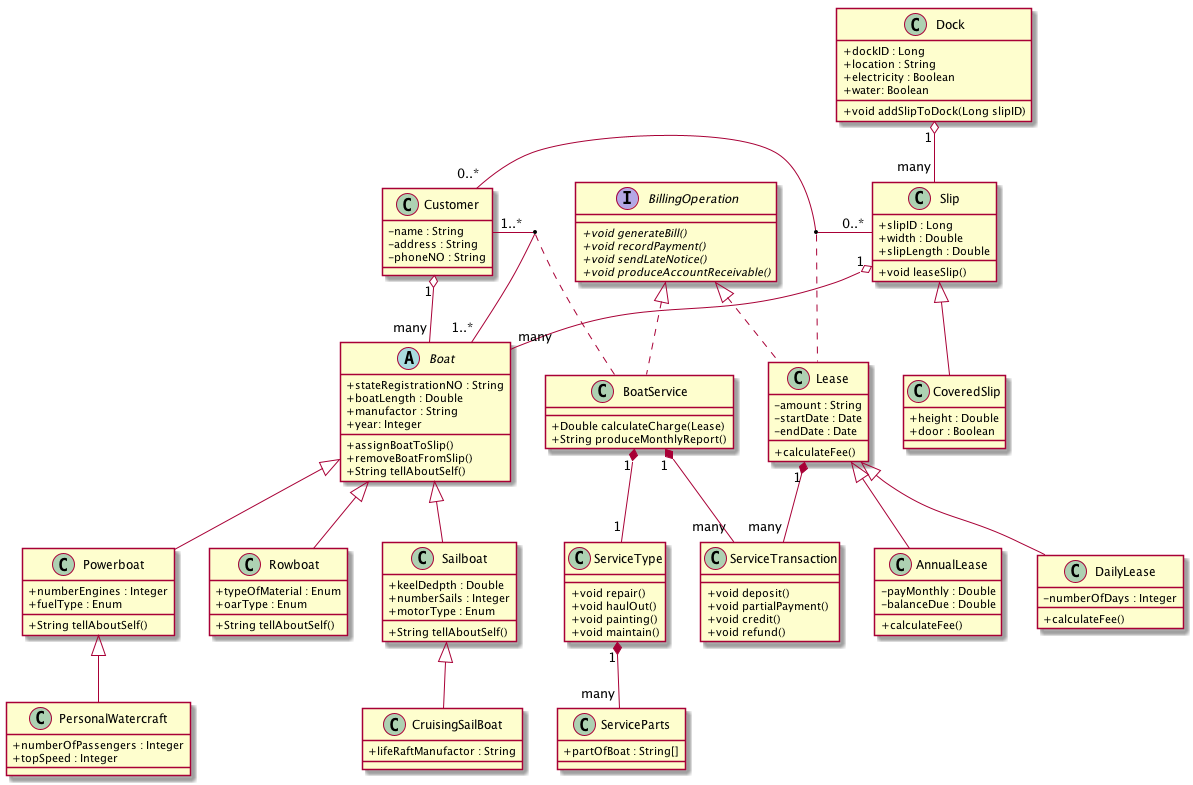
The PlantUML diagram Bradshaw Marina Case Study Class Diagram.png in Ying-LUO/Java2_Assignment2, before a commit.
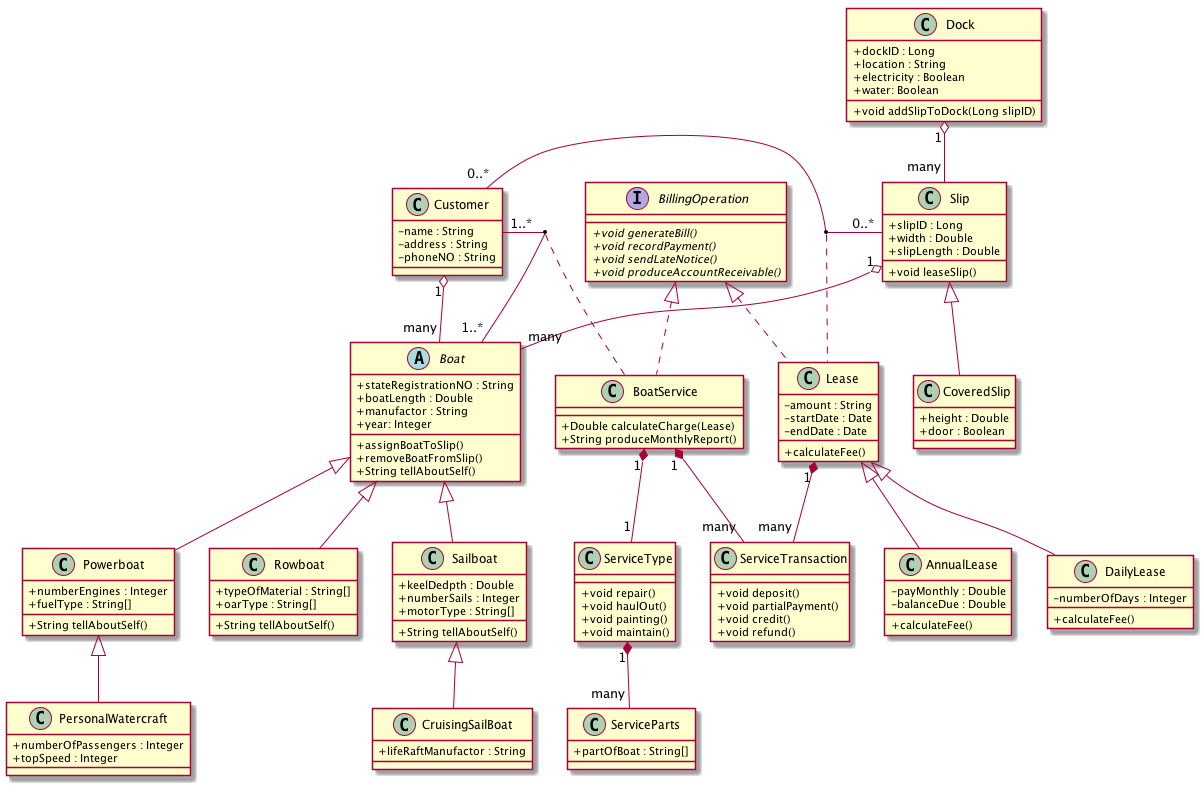
After the change.

Change to the diagram source:
```diff
@@ -31,19 +31,19 @@
 class Sailboat{
     +keelDedpth : Double
     +numberSails : Integer
-    +motorType : Enum
+    +motorType : String[]
     +String tellAboutSelf()
 }
 
 class Powerboat{
     +numberEngines : Integer
-    +fuelType : Enum
+    +fuelType : String[]
     +String tellAboutSelf()
 }
 
 class Rowboat{
-    +typeOfMaterial : Enum
-    +oarType : Enum
+    +typeOfMaterial : String[]
+    +oarType : String[]
     +String tellAboutSelf()
 }
 
```
